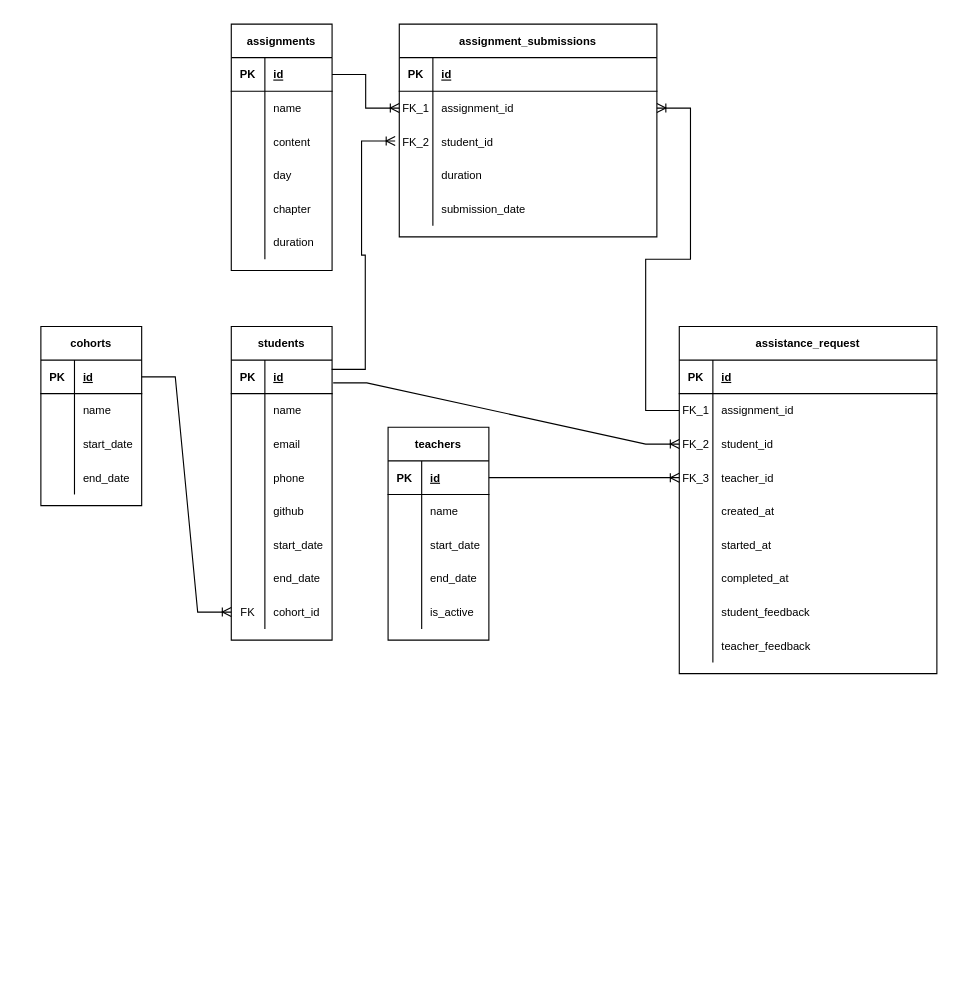
Above: BootcampX.drawio in smjeffery22/BootcampX (draw.io), before the change. Source tidied: cells renumbered, new cells numbered last; positions are measured from the earlier drawing's top-left corner, leaving out a move shared by most shapes. Both pictures are drawn from the tidied source at 112%, with x=0, y=0 at pixel (40, 24).
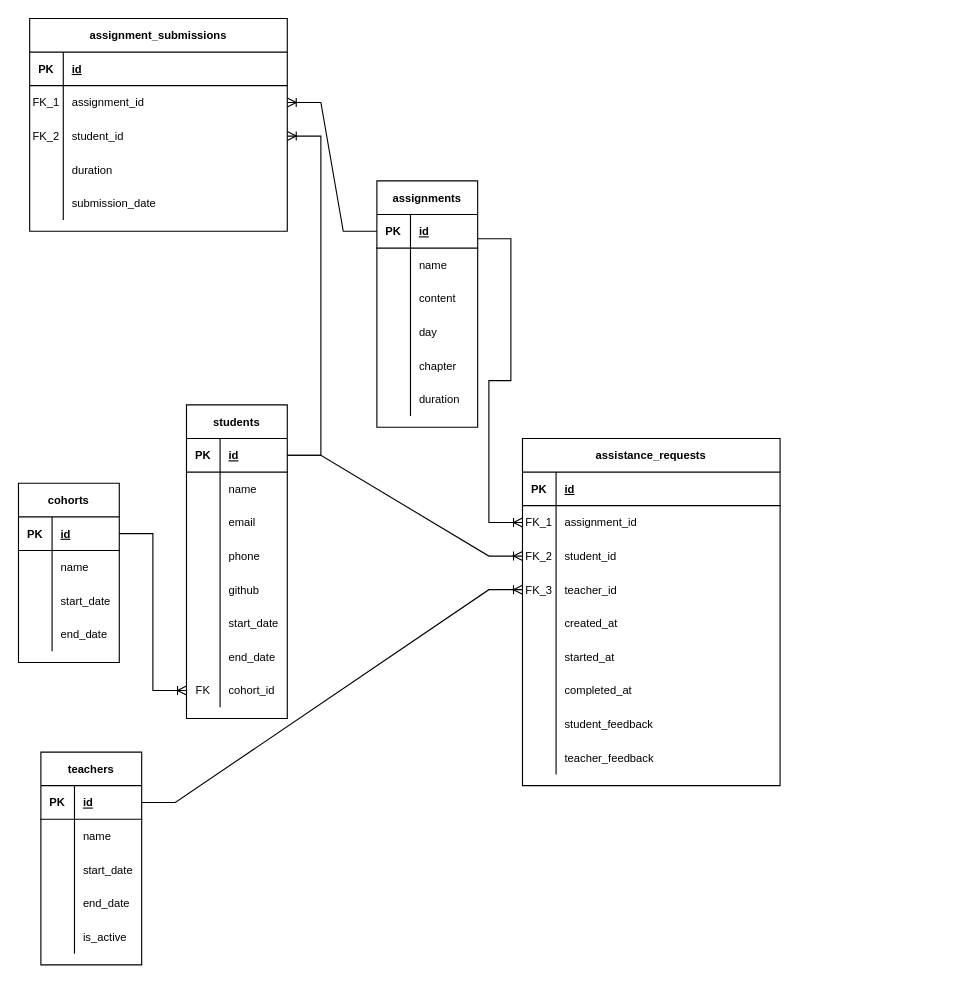
The same page after the edit.

Commit message:
Update ERD positions

Unchanged cells that the change refers to:
```xml
<mxCell id="16" style="shape=partialRectangle;fillColor=none;points=[[0,0.5],[1,0.5]];portConstraint=eastwest;top=0;left=0;right=0;bottom=1;fontSize=10;" parent="15" vertex="1">
  <mxGeometry y="30" width="90" height="30" as="geometry" />
</mxCell>
<mxCell id="42" style="shape=partialRectangle;fillColor=none;points=[[0,0.5],[1,0.5]];portConstraint=eastwest;top=0;left=0;right=0;bottom=1;fontSize=10;" parent="41" vertex="1">
  <mxGeometry y="30" width="90" height="30" as="geometry" />
</mxCell>
<mxCell id="64" style="shape=partialRectangle;fillColor=none;points=[[0,0.5],[1,0.5]];portConstraint=eastwest;top=0;left=0;right=0;bottom=0;fontSize=10;" parent="60" vertex="1">
  <mxGeometry y="60" width="230" height="30" as="geometry" />
</mxCell>
<mxCell id="67" style="shape=partialRectangle;fillColor=none;points=[[0,0.5],[1,0.5]];portConstraint=eastwest;top=0;left=0;right=0;bottom=0;fontSize=10;" parent="60" vertex="1">
  <mxGeometry y="90" width="230" height="30" as="geometry" />
</mxCell>
<mxCell id="98" style="shape=partialRectangle;fillColor=none;points=[[0,0.5],[1,0.5]];portConstraint=eastwest;top=0;left=0;right=0;bottom=0;fontSize=10;" parent="94" vertex="1">
  <mxGeometry y="60" width="230" height="30" as="geometry" />
</mxCell>
<mxCell id="101" style="shape=partialRectangle;fillColor=none;points=[[0,0.5],[1,0.5]];portConstraint=eastwest;top=0;left=0;right=0;bottom=0;fontSize=10;" parent="94" vertex="1">
  <mxGeometry y="90" width="230" height="30" as="geometry" />
</mxCell>
```

Diff of the diagram source:
```diff
@@
     <mxCell id="2" value="cohorts" style="shape=table;startSize=30;childLayout=tableLayout;rowLines=0;fontStyle=1;align=center;fontSize=10;" parent="1" vertex="1">
-      <mxGeometry y="270" width="90" height="160" as="geometry" />
+      <mxGeometry x="-20" y="410" width="90" height="160" as="geometry" />
     </mxCell>
@@
     <mxCell id="15" value="students" style="shape=table;startSize=30;childLayout=tableLayout;rowLines=0;fontStyle=1;align=center;fontSize=10;" parent="1" vertex="1">
-      <mxGeometry x="170" y="270" width="90" height="280" as="geometry" />
+      <mxGeometry x="130" y="340" width="90" height="280" as="geometry" />
     </mxCell>
@@
     <mxCell id="41" value="assignments" style="shape=table;startSize=30;childLayout=tableLayout;rowLines=0;fontStyle=1;align=center;fontSize=10;" parent="1" vertex="1">
-      <mxGeometry x="170" width="90" height="220" as="geometry" />
+      <mxGeometry x="300" y="140" width="90" height="220" as="geometry" />
     </mxCell>
@@
     <mxCell id="60" value="assignment_submissions" style="shape=table;startSize=30;childLayout=tableLayout;rowLines=0;fontStyle=1;align=center;fontSize=10;" parent="1" vertex="1">
-      <mxGeometry x="320" width="230" height="190" as="geometry" />
+      <mxGeometry x="-10" y="-5" width="230" height="190" as="geometry" />
     </mxCell>
@@
-    <mxCell id="76" style="edgeStyle=entityRelationEdgeStyle;fontSize=12;html=1;endArrow=ERoneToMany;rounded=0;exitX=1;exitY=0.5;exitDx=0;exitDy=0;entryX=0;entryY=0.5;entryDx=0;entryDy=0;" parent="1" edge="1" source="42" target="64">
+    <mxCell id="76" style="edgeStyle=entityRelationEdgeStyle;fontSize=12;html=1;endArrow=ERoneToMany;rounded=0;exitX=0;exitY=0.5;exitDx=0;exitDy=0;entryX=1;entryY=0.5;entryDx=0;entryDy=0;" parent="1" edge="1" source="42" target="64">
       <mxGeometry relative="1" as="geometry" />
     </mxCell>
-    <mxCell id="77" style="edgeStyle=entityRelationEdgeStyle;fontSize=12;html=1;endArrow=ERoneToMany;rounded=0;entryX=-0.016;entryY=0.478;entryDx=0;entryDy=0;entryPerimeter=0;exitX=0.996;exitY=0.278;exitDx=0;exitDy=0;exitPerimeter=0;" parent="1" edge="1" source="16" target="67">
-      <mxGeometry relative="1" as="geometry" />
-    </mxCell>
     <mxCell id="78" value="teachers" style="shape=table;startSize=30;childLayout=tableLayout;rowLines=0;fontStyle=1;align=center;fontSize=10;" parent="1" vertex="1">
-      <mxGeometry x="310" y="360" width="90" height="190" as="geometry" />
+      <mxGeometry y="650" width="90" height="190" as="geometry" />
     </mxCell>
@@
-    <mxCell id="94" value="assistance_request" style="shape=table;startSize=30;childLayout=tableLayout;rowLines=0;fontStyle=1;align=center;fontSize=10;" parent="1" vertex="1">
-      <mxGeometry x="570" y="270" width="230" height="310" as="geometry" />
+    <mxCell id="94" value="assistance_requests" style="shape=table;startSize=30;childLayout=tableLayout;rowLines=0;fontStyle=1;align=center;fontSize=10;" parent="1" vertex="1">
+      <mxGeometry x="430" y="370" width="230" height="310" as="geometry" />
     </mxCell>
@@
-    <mxCell id="122" style="edgeStyle=entityRelationEdgeStyle;fontSize=12;html=1;endArrow=ERoneToMany;rounded=0;exitX=0;exitY=0.5;exitDx=0;exitDy=0;entryX=1;entryY=0.5;entryDx=0;entryDy=0;" parent="1" edge="1" source="98" target="64">
+    <mxCell id="122" style="edgeStyle=entityRelationEdgeStyle;fontSize=12;html=1;endArrow=ERoneToMany;rounded=0;exitX=0.996;exitY=0.722;exitDx=0;exitDy=0;exitPerimeter=0;" parent="1" edge="1" source="42" target="98">
       <mxGeometry relative="1" as="geometry" />
     </mxCell>
-    <mxCell id="123" style="edgeStyle=entityRelationEdgeStyle;fontSize=12;html=1;endArrow=ERoneToMany;rounded=0;exitX=1.011;exitY=0.678;exitDx=0;exitDy=0;exitPerimeter=0;entryX=0;entryY=0.5;entryDx=0;entryDy=0;" parent="1" edge="1" source="16" target="101">
+    <mxCell id="123" style="edgeStyle=entityRelationEdgeStyle;fontSize=12;html=1;endArrow=ERoneToMany;rounded=0;exitX=1;exitY=0.5;exitDx=0;exitDy=0;entryX=0;entryY=0.5;entryDx=0;entryDy=0;" parent="1" edge="1" source="16" target="101">
       <mxGeometry relative="1" as="geometry" />
     </mxCell>
@@
+    <mxCell id="77" style="edgeStyle=entityRelationEdgeStyle;fontSize=12;html=1;endArrow=ERoneToMany;rounded=0;exitX=1;exitY=0.5;exitDx=0;exitDy=0;entryX=1;entryY=0.5;entryDx=0;entryDy=0;" parent="1" edge="1" source="16" target="67">
+      <mxGeometry relative="1" as="geometry" />
+    </mxCell>
```
